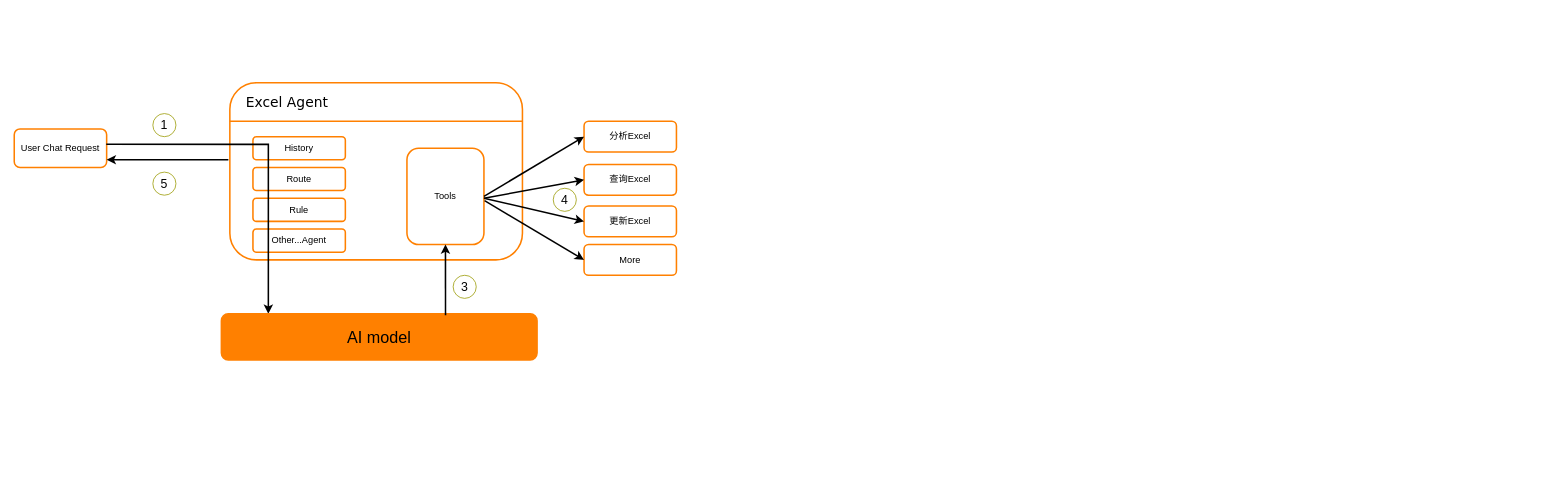
Before: SSJJ2/ss2配表Agent.drawio in Ordertiny/graph, a draw.io diagram. Source tidied: cells renumbered, new cells numbered last; positions are measured from the earlier drawing's top-left corner, leaving out a move shared by most shapes. Both pictures are drawn from the tidied source at 77%, with x=0, y=0 at pixel (14, 82).
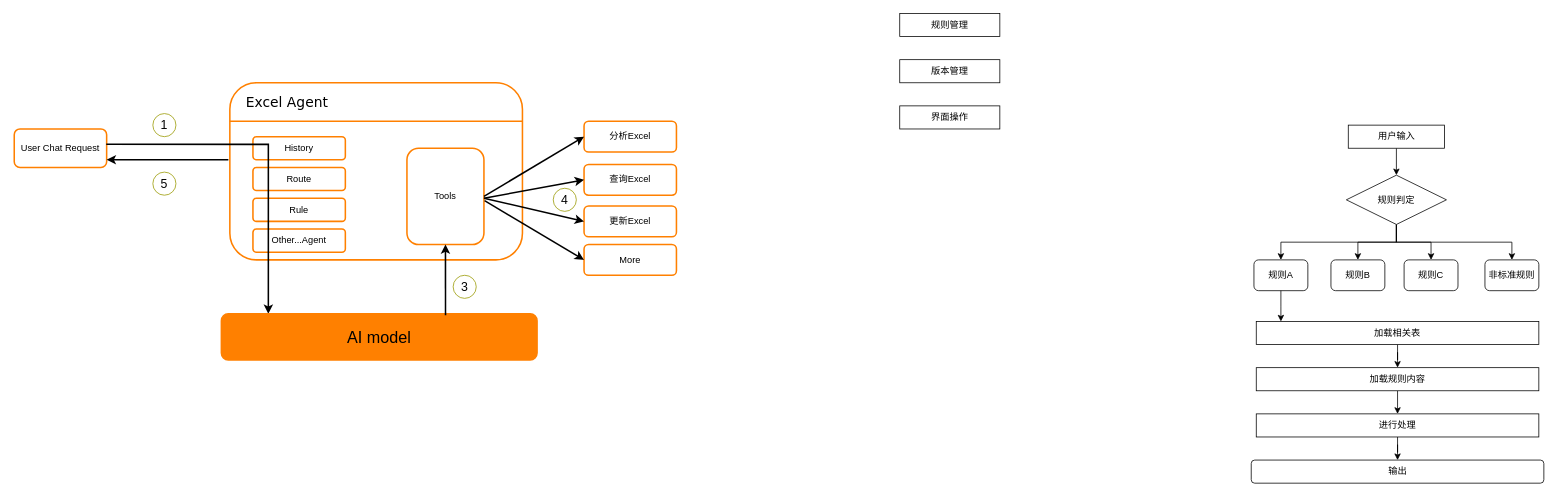
The same diagram, later.

The edit, as a diff of the source:
```diff
@@
+    <mxCell id="28" style="edgeStyle=orthogonalEdgeStyle;rounded=0;jettySize=auto;html=1;exitX=0.5;exitY=1;exitDx=0;exitDy=0;entryX=0.5;entryY=0;entryDx=0;entryDy=0;" parent="1" edge="1" source="29" target="34">
+      <mxGeometry relative="1" as="geometry" />
+    </mxCell>
+    <mxCell id="29" value="用户输入" style="rounded=0;whiteSpace=wrap;html=1;" parent="1" vertex="1">
+      <mxGeometry x="1732.5" y="55" width="125" height="30" as="geometry" />
+    </mxCell>
+    <mxCell id="30" style="edgeStyle=orthogonalEdgeStyle;rounded=0;jettySize=auto;html=1;exitX=0.5;exitY=1;exitDx=0;exitDy=0;entryX=0.5;entryY=0;entryDx=0;entryDy=0;" parent="1" edge="1" source="34" target="38">
+      <mxGeometry relative="1" as="geometry" />
+    </mxCell>
+    <mxCell id="31" style="edgeStyle=orthogonalEdgeStyle;rounded=0;jettySize=auto;html=1;exitX=0.5;exitY=1;exitDx=0;exitDy=0;entryX=0.5;entryY=0;entryDx=0;entryDy=0;" parent="1" edge="1" source="34" target="39">
+      <mxGeometry relative="1" as="geometry" />
+    </mxCell>
+    <mxCell id="32" style="edgeStyle=orthogonalEdgeStyle;rounded=0;jettySize=auto;html=1;exitX=0.5;exitY=1;exitDx=0;exitDy=0;entryX=0.5;entryY=0;entryDx=0;entryDy=0;" parent="1" edge="1" source="34" target="40">
+      <mxGeometry relative="1" as="geometry" />
+    </mxCell>
+    <mxCell id="33" style="edgeStyle=orthogonalEdgeStyle;rounded=0;jettySize=auto;html=1;exitX=0.5;exitY=1;exitDx=0;exitDy=0;entryX=0.5;entryY=0;entryDx=0;entryDy=0;" parent="1" edge="1" source="34" target="41">
+      <mxGeometry relative="1" as="geometry" />
+    </mxCell>
+    <mxCell id="34" value="规则判定" style="rhombus;whiteSpace=wrap;html=1;" parent="1" vertex="1">
+      <mxGeometry x="1730" y="120" width="130" height="64" as="geometry" />
+    </mxCell>
+    <mxCell id="35" value="规则管理" style="rounded=0;whiteSpace=wrap;html=1;" parent="1" vertex="1">
+      <mxGeometry x="1150" y="-90" width="130" height="30" as="geometry" />
+    </mxCell>
+    <mxCell id="36" value="版本管理" style="rounded=0;whiteSpace=wrap;html=1;" parent="1" vertex="1">
+      <mxGeometry x="1150" y="-30" width="130" height="30" as="geometry" />
+    </mxCell>
+    <mxCell id="37" value="界面操作" style="rounded=0;whiteSpace=wrap;html=1;" parent="1" vertex="1">
+      <mxGeometry x="1150" y="30" width="130" height="30" as="geometry" />
+    </mxCell>
+    <mxCell id="38" value="规则A" style="rounded=1;whiteSpace=wrap;html=1;" parent="1" vertex="1">
+      <mxGeometry x="1610" y="230" width="70" height="40" as="geometry" />
+    </mxCell>
+    <mxCell id="39" value="规则B" style="rounded=1;whiteSpace=wrap;html=1;" parent="1" vertex="1">
+      <mxGeometry x="1710" y="230" width="70" height="40" as="geometry" />
+    </mxCell>
+    <mxCell id="40" value="规则C" style="rounded=1;whiteSpace=wrap;html=1;" parent="1" vertex="1">
+      <mxGeometry x="1805" y="230" width="70" height="40" as="geometry" />
+    </mxCell>
+    <mxCell id="41" value="非标准规则" style="rounded=1;whiteSpace=wrap;html=1;" parent="1" vertex="1">
+      <mxGeometry x="1910" y="230" width="70" height="40" as="geometry" />
+    </mxCell>
+    <mxCell id="42" value="输出" style="rounded=1;whiteSpace=wrap;html=1;" parent="1" vertex="1">
+      <mxGeometry x="1606.5" y="490" width="380" height="30" as="geometry" />
+    </mxCell>
+    <mxCell id="43" style="edgeStyle=orthogonalEdgeStyle;rounded=0;jettySize=auto;html=1;exitX=0.5;exitY=1;exitDx=0;exitDy=0;" parent="1" edge="1" source="44" target="46">
+      <mxGeometry relative="1" as="geometry" />
+    </mxCell>
+    <mxCell id="44" value="加载相关表" style="rounded=0;whiteSpace=wrap;html=1;" parent="1" vertex="1">
+      <mxGeometry x="1613" y="310" width="367" height="30" as="geometry" />
+    </mxCell>
+    <mxCell id="45" style="edgeStyle=orthogonalEdgeStyle;rounded=0;jettySize=auto;html=1;exitX=0.5;exitY=1;exitDx=0;exitDy=0;entryX=0.5;entryY=0;entryDx=0;entryDy=0;" parent="1" edge="1" source="46" target="48">
+      <mxGeometry relative="1" as="geometry" />
+    </mxCell>
+    <mxCell id="46" value="加载规则内容" style="rounded=0;whiteSpace=wrap;html=1;" parent="1" vertex="1">
+      <mxGeometry x="1613" y="370" width="367" height="30" as="geometry" />
+    </mxCell>
+    <mxCell id="47" style="edgeStyle=orthogonalEdgeStyle;rounded=0;jettySize=auto;html=1;exitX=0.5;exitY=1;exitDx=0;exitDy=0;" parent="1" edge="1" source="48" target="42">
+      <mxGeometry relative="1" as="geometry" />
+    </mxCell>
+    <mxCell id="48" value="进行处理" style="rounded=0;whiteSpace=wrap;html=1;" parent="1" vertex="1">
+      <mxGeometry x="1613" y="430" width="367" height="30" as="geometry" />
+    </mxCell>
+    <mxCell id="49" style="edgeStyle=orthogonalEdgeStyle;rounded=0;jettySize=auto;html=1;exitX=0.5;exitY=1;exitDx=0;exitDy=0;" parent="1" edge="1" source="38">
+      <mxGeometry relative="1" as="geometry">
+        <mxPoint x="1645" y="310" as="targetPoint" />
+      </mxGeometry>
+    </mxCell>
```
